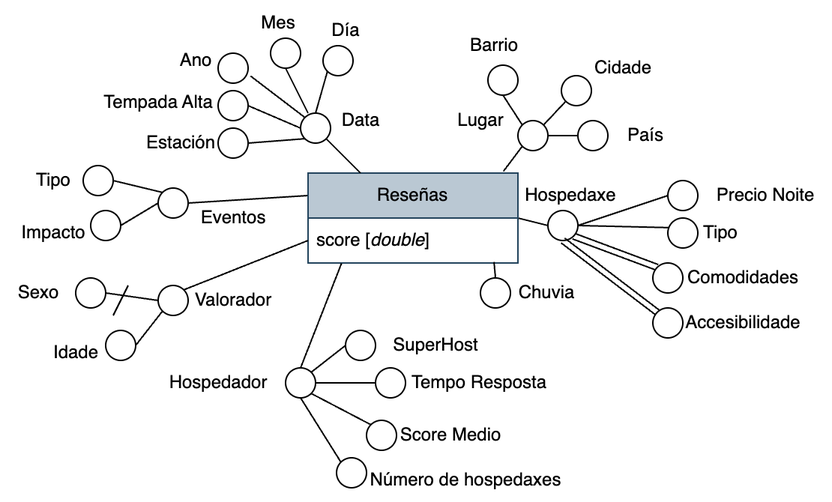
Before: entrega_02/memoria/diagramas/multidimensional.drawio.png, a diagram exported from draw.io (PepeRoConde/BD2). Source tidied: cells renumbered, new cells last; positions are measured from the earlier drawing's top-left corner, leaving out a move shared by most shapes.
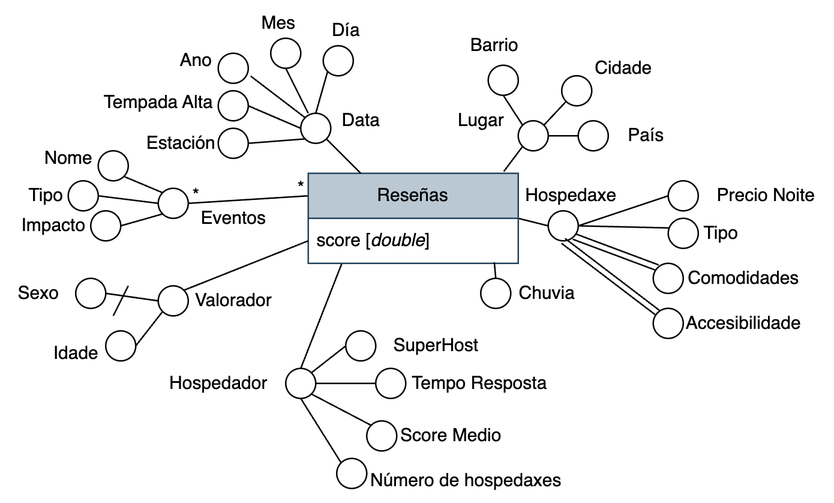
The same file after the commit.

What changed in the source:
```diff
@@ -143,10 +143,10 @@
     <mxCell id="48" value="Número de hospedaxes" style="text;html=1;align=center;verticalAlign=middle;strokeColor=none;fillColor=none;" parent="1" vertex="1">
       <mxGeometry x="235" y="305" width="150" height="30" as="geometry" />
     </mxCell>
-    <mxCell id="49" style="rounded=0;jettySize=auto;html=1;exitX=0;exitY=0;exitDx=0;exitDy=0;entryX=1;entryY=0.5;entryDx=0;entryDy=0;endArrow=none;startFill=0;" parent="1" edge="1" source="51" target="76">
+    <mxCell id="49" style="rounded=0;jettySize=auto;html=1;exitX=0;exitY=0.5;exitDx=0;exitDy=0;entryX=1;entryY=0.5;entryDx=0;entryDy=0;endArrow=none;startFill=0;" parent="1" edge="1" source="51" target="76">
       <mxGeometry relative="1" as="geometry" />
     </mxCell>
-    <mxCell id="50" style="rounded=0;jettySize=auto;html=1;exitX=0;exitY=0.5;exitDx=0;exitDy=0;entryX=1;entryY=0.5;entryDx=0;entryDy=0;endArrow=none;startFill=0;" parent="1" edge="1" source="51" target="75">
+    <mxCell id="50" style="rounded=0;jettySize=auto;html=1;exitX=0;exitY=1;exitDx=0;exitDy=0;entryX=1;entryY=0.5;entryDx=0;entryDy=0;endArrow=none;startFill=0;" parent="1" edge="1" source="51" target="75">
       <mxGeometry relative="1" as="geometry" />
     </mxCell>
     <mxCell id="51" style="ellipse;whiteSpace=wrap;html=1;" parent="1" vertex="1">
@@ -228,13 +228,13 @@
       <mxGeometry x="60" y="140" width="20" height="20" as="geometry" />
     </mxCell>
     <mxCell id="76" style="ellipse;whiteSpace=wrap;html=1;" parent="1" vertex="1">
-      <mxGeometry x="55" y="110" width="20" height="20" as="geometry" />
+      <mxGeometry x="45" y="120" width="20" height="20" as="geometry" />
     </mxCell>
     <mxCell id="77" value="Tipo" style="text;html=1;align=center;verticalAlign=middle;strokeColor=none;fillColor=none;" parent="1" vertex="1">
-      <mxGeometry x="10" y="105" width="50" height="30" as="geometry" />
+      <mxGeometry x="5" y="115" width="50" height="30" as="geometry" />
     </mxCell>
     <mxCell id="78" value="Impacto" style="text;html=1;align=center;verticalAlign=middle;strokeColor=none;fillColor=none;" parent="1" vertex="1">
-      <mxGeometry y="140" width="70" height="30" as="geometry" />
+      <mxGeometry y="135" width="70" height="30" as="geometry" />
     </mxCell>
     <mxCell id="79" style="rounded=0;jettySize=auto;html=1;exitX=0.5;exitY=0;exitDx=0;exitDy=0;entryX=0.159;entryY=1.013;entryDx=0;entryDy=0;entryPerimeter=0;endArrow=none;startFill=0;" parent="1" edge="1" source="17" target="5">
       <mxGeometry relative="1" as="geometry" />
@@ -259,5 +259,20 @@
     <mxCell id="85" value="Barrio" style="text;html=1;align=center;verticalAlign=middle;strokeColor=none;fillColor=none;" parent="1" vertex="1">
       <mxGeometry x="299" y="15" width="60" height="30" as="geometry" />
     </mxCell>
+    <mxCell id="86" style="rounded=0;jettySize=auto;html=1;exitX=1;exitY=1;exitDx=0;exitDy=0;entryX=0;entryY=0;entryDx=0;entryDy=0;endArrow=none;startFill=0;" parent="1" edge="1" source="87" target="51">
+      <mxGeometry relative="1" as="geometry" />
+    </mxCell>
+    <mxCell id="87" style="ellipse;whiteSpace=wrap;html=1;" parent="1" vertex="1">
+      <mxGeometry x="65" y="100" width="20" height="20" as="geometry" />
+    </mxCell>
+    <mxCell id="88" value="Nome" style="text;html=1;align=center;verticalAlign=middle;strokeColor=none;fillColor=none;" parent="1" vertex="1">
+      <mxGeometry x="15" y="90" width="60" height="30" as="geometry" />
+    </mxCell>
+    <mxCell id="89" value="*" style="text;html=1;align=center;verticalAlign=middle;strokeColor=none;fillColor=none;" parent="1" vertex="1">
+      <mxGeometry x="185" y="110" width="30" height="30" as="geometry" />
+    </mxCell>
+    <mxCell id="90" value="*" style="text;html=1;align=center;verticalAlign=middle;strokeColor=none;fillColor=none;" parent="1" vertex="1">
+      <mxGeometry x="115" y="115" width="30" height="30" as="geometry" />
+    </mxCell>
   </root>
 </mxGraphModel>
```
